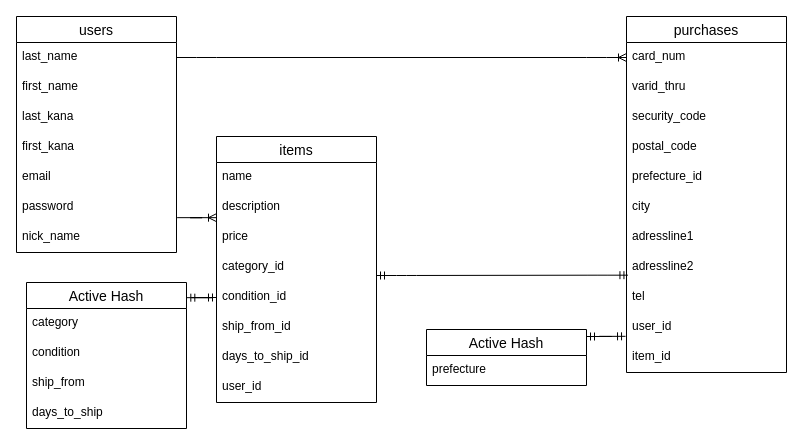
This is furima.dio from Saki9120/furima-32156, a draw.io file, before an edit. Source tidied: cells renumbered, new cells numbered last; positions are measured from the earlier drawing's top-left corner, leaving out a move shared by most shapes. Both pictures are drawn from the tidied source at 100%, with x=0, y=0 at pixel (16, 16).
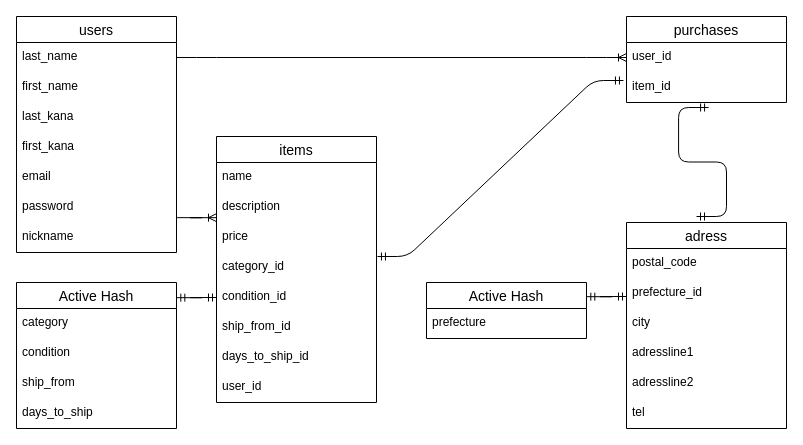
The same diagram, later.

Commit message (it also covers changes not shown here):
テーブル設計修正1

Unchanged cells that the change refers to:
```xml
<mxCell id="2" value="users" style="swimlane;fontStyle=0;horizontal=1;startSize=26;align=center;fontSize=14;" parent="1" vertex="1">
  <mxGeometry width="160" height="236" as="geometry" />
</mxCell>
<mxCell id="3" value="last_name" style="text;strokeColor=none;fillColor=none;spacingLeft=4;spacingRight=4;overflow=hidden;points=[[0,0.5],[1,0.5]];portConstraint=eastwest;fontSize=12;" parent="2" vertex="1">
  <mxGeometry y="26" width="160" height="30" as="geometry" />
</mxCell>
<mxCell id="14" value="category_id" style="text;strokeColor=none;fillColor=none;spacingLeft=4;spacingRight=4;overflow=hidden;points=[[0,0.5],[1,0.5]];portConstraint=eastwest;fontSize=12;" parent="10" vertex="1">
  <mxGeometry y="116" width="160" height="30" as="geometry" />
</mxCell>
```

The edit, as a diff of the source:
```diff
@@
-    <mxCell id="9" value="nick_name" style="text;strokeColor=none;fillColor=none;spacingLeft=4;spacingRight=4;overflow=hidden;fontSize=12;" parent="2" vertex="1">
+    <mxCell id="9" value="nickname" style="text;strokeColor=none;fillColor=none;spacingLeft=4;spacingRight=4;overflow=hidden;fontSize=12;" parent="2" vertex="1">
       <mxGeometry y="206" width="160" height="30" as="geometry" />
     </mxCell>
@@
-    <mxCell id="19" style="edgeStyle=entityRelationEdgeStyle;fontSize=12;html=1;endArrow=ERoneToMany;exitX=1;exitY=0.5;exitDx=0;exitDy=0;entryX=0;entryY=0.5;entryDx=0;entryDy=0;" parent="1" edge="1" source="3" target="25">
-      <mxGeometry relative="1" as="geometry" />
+    <mxCell id="19" style="edgeStyle=entityRelationEdgeStyle;fontSize=12;html=1;endArrow=ERoneToMany;exitX=1;exitY=0.5;exitDx=0;exitDy=0;entryX=0;entryY=0.5;entryDx=0;entryDy=0;" parent="1" edge="1" source="3">
+      <mxGeometry relative="1" as="geometry">
+        <mxPoint x="610" y="41" as="targetPoint" />
+      </mxGeometry>
     </mxCell>
@@
-    <mxCell id="21" style="edgeStyle=entityRelationEdgeStyle;fontSize=12;html=1;endArrow=ERmandOne;startArrow=ERmandOne;entryX=0.009;entryY=0.756;entryDx=0;entryDy=0;entryPerimeter=0;" parent="1" edge="1" target="32">
-      <mxGeometry relative="1" as="geometry">
-        <mxPoint x="360" y="259" as="sourcePoint" />
-      </mxGeometry>
-    </mxCell>
@@
-    <mxCell id="23" style="edgeStyle=entityRelationEdgeStyle;fontSize=12;html=1;endArrow=ERmandOne;startArrow=ERmandOne;entryX=-0.006;entryY=0.794;entryDx=0;entryDy=0;entryPerimeter=0;" parent="1" edge="1" target="34">
-      <mxGeometry relative="1" as="geometry">
-        <mxPoint x="570" y="320" as="sourcePoint" />
-      </mxGeometry>
+    <mxCell id="23" value="purchases" style="swimlane;fontStyle=0;horizontal=1;startSize=26;align=center;fontSize=14;" parent="1" vertex="1">
+      <mxGeometry x="610" width="160" height="86" as="geometry" />
     </mxCell>
+    <mxCell id="34" value="user_id" style="text;strokeColor=none;fillColor=none;spacingLeft=4;spacingRight=4;overflow=hidden;points=[[0,0.5],[1,0.5]];portConstraint=eastwest;fontSize=12;" parent="23" vertex="1">
+      <mxGeometry y="26" width="160" height="30" as="geometry" />
+    </mxCell>
+    <mxCell id="35" value="item_id&#10;" style="text;strokeColor=none;fillColor=none;spacingLeft=4;spacingRight=4;overflow=hidden;points=[[0,0.5],[1,0.5]];portConstraint=eastwest;fontSize=12;" parent="23" vertex="1">
+      <mxGeometry y="56" width="160" height="30" as="geometry" />
+    </mxCell>
+    <mxCell id="38" value="Active Hash" style="swimlane;fontStyle=0;horizontal=1;startSize=26;align=center;fontSize=14;" parent="1" vertex="1">
+      <mxGeometry y="266" width="160" height="146" as="geometry" />
+    </mxCell>
+    <mxCell id="39" value="category" style="text;strokeColor=none;fillColor=none;spacingLeft=4;spacingRight=4;overflow=hidden;fontSize=12;" parent="38" vertex="1">
+      <mxGeometry y="26" width="160" height="30" as="geometry" />
+    </mxCell>
+    <mxCell id="40" value="condition" style="text;strokeColor=none;fillColor=none;spacingLeft=4;spacingRight=4;overflow=hidden;fontSize=12;" parent="38" vertex="1">
+      <mxGeometry y="56" width="160" height="30" as="geometry" />
+    </mxCell>
+    <mxCell id="41" value="ship_from" style="text;strokeColor=none;fillColor=none;spacingLeft=4;spacingRight=4;overflow=hidden;fontSize=12;" parent="38" vertex="1">
+      <mxGeometry y="86" width="160" height="30" as="geometry" />
+    </mxCell>
+    <mxCell id="42" value="days_to_ship" style="text;strokeColor=none;fillColor=none;spacingLeft=4;spacingRight=4;overflow=hidden;fontSize=12;" parent="38" vertex="1">
+      <mxGeometry y="116" width="160" height="30" as="geometry" />
+    </mxCell>
-    <mxCell id="24" value="purchases" style="swimlane;fontStyle=0;horizontal=1;startSize=26;align=center;fontSize=14;" parent="1" vertex="1">
-      <mxGeometry x="610" width="160" height="356" as="geometry" />
+    <mxCell id="24" value="adress" style="swimlane;fontStyle=0;horizontal=1;startSize=26;align=center;fontSize=14;" parent="1" vertex="1">
+      <mxGeometry x="610" y="206" width="160" height="206" as="geometry" />
     </mxCell>
-    <mxCell id="25" value="card_num" style="text;strokeColor=none;fillColor=none;spacingLeft=4;spacingRight=4;overflow=hidden;points=[[0,0.5],[1,0.5]];portConstraint=eastwest;fontSize=12;" parent="24" vertex="1">
-      <mxGeometry y="26" width="160" height="30" as="geometry" />
-    </mxCell>
-    <mxCell id="26" value="varid_thru" style="text;strokeColor=none;fillColor=none;spacingLeft=4;spacingRight=4;overflow=hidden;fontSize=12;" parent="24" vertex="1">
-      <mxGeometry y="56" width="160" height="30" as="geometry" />
-    </mxCell>
-    <mxCell id="27" value="security_code" style="text;strokeColor=none;fillColor=none;spacingLeft=4;spacingRight=4;overflow=hidden;fontSize=12;" parent="24" vertex="1">
-      <mxGeometry y="86" width="160" height="30" as="geometry" />
-    </mxCell>
     <mxCell id="28" value="postal_code" style="text;strokeColor=none;fillColor=none;spacingLeft=4;spacingRight=4;overflow=hidden;fontSize=12;" parent="24" vertex="1">
-      <mxGeometry y="116" width="160" height="30" as="geometry" />
+      <mxGeometry y="26" width="160" height="30" as="geometry" />
     </mxCell>
     <mxCell id="29" value="prefecture_id" style="text;strokeColor=none;fillColor=none;spacingLeft=4;spacingRight=4;overflow=hidden;fontSize=12;" parent="24" vertex="1">
-      <mxGeometry y="146" width="160" height="30" as="geometry" />
+      <mxGeometry y="56" width="160" height="30" as="geometry" />
     </mxCell>
     <mxCell id="30" value="city" style="text;strokeColor=none;fillColor=none;spacingLeft=4;spacingRight=4;overflow=hidden;fontSize=12;" parent="24" vertex="1">
-      <mxGeometry y="176" width="160" height="30" as="geometry" />
+      <mxGeometry y="86" width="160" height="30" as="geometry" />
     </mxCell>
     <mxCell id="31" value="adressline1" style="text;strokeColor=none;fillColor=none;spacingLeft=4;spacingRight=4;overflow=hidden;fontSize=12;" parent="24" vertex="1">
-      <mxGeometry y="206" width="160" height="30" as="geometry" />
+      <mxGeometry y="116" width="160" height="30" as="geometry" />
     </mxCell>
     <mxCell id="32" value="adressline2" style="text;strokeColor=none;fillColor=none;spacingLeft=4;spacingRight=4;overflow=hidden;points=[[0,0.5],[1,0.5]];portConstraint=eastwest;fontSize=12;" parent="24" vertex="1">
-      <mxGeometry y="236" width="160" height="30" as="geometry" />
+      <mxGeometry y="146" width="160" height="30" as="geometry" />
     </mxCell>
     <mxCell id="33" value="tel" style="text;strokeColor=none;fillColor=none;spacingLeft=4;spacingRight=4;overflow=hidden;fontSize=12;" parent="24" vertex="1">
-      <mxGeometry y="266" width="160" height="30" as="geometry" />
+      <mxGeometry y="176" width="160" height="30" as="geometry" />
     </mxCell>
-    <mxCell id="34" value="user_id" style="text;strokeColor=none;fillColor=none;spacingLeft=4;spacingRight=4;overflow=hidden;points=[[0,0.5],[1,0.5]];portConstraint=eastwest;fontSize=12;" parent="24" vertex="1">
-      <mxGeometry y="296" width="160" height="30" as="geometry" />
-    </mxCell>
-    <mxCell id="35" value="item_id" style="text;strokeColor=none;fillColor=none;spacingLeft=4;spacingRight=4;overflow=hidden;points=[[0,0.5],[1,0.5]];portConstraint=eastwest;fontSize=12;" parent="24" vertex="1">
-      <mxGeometry y="326" width="160" height="30" as="geometry" />
-    </mxCell>
     <mxCell id="36" value="Active Hash" style="swimlane;fontStyle=0;horizontal=1;startSize=26;align=center;fontSize=14;" parent="1" vertex="1">
-      <mxGeometry x="410" y="313" width="160" height="56" as="geometry" />
+      <mxGeometry x="410" y="266" width="160" height="56" as="geometry" />
     </mxCell>
@@
-    <mxCell id="38" value="Active Hash" style="swimlane;fontStyle=0;horizontal=1;startSize=26;align=center;fontSize=14;" parent="1" vertex="1">
-      <mxGeometry x="10" y="266" width="160" height="146" as="geometry" />
-    </mxCell>
-    <mxCell id="39" value="category" style="text;strokeColor=none;fillColor=none;spacingLeft=4;spacingRight=4;overflow=hidden;fontSize=12;" parent="38" vertex="1">
-      <mxGeometry y="26" width="160" height="30" as="geometry" />
-    </mxCell>
-    <mxCell id="40" value="condition" style="text;strokeColor=none;fillColor=none;spacingLeft=4;spacingRight=4;overflow=hidden;fontSize=12;" parent="38" vertex="1">
-      <mxGeometry y="56" width="160" height="30" as="geometry" />
-    </mxCell>
-    <mxCell id="41" value="ship_from" style="text;strokeColor=none;fillColor=none;spacingLeft=4;spacingRight=4;overflow=hidden;fontSize=12;" parent="38" vertex="1">
-      <mxGeometry y="86" width="160" height="30" as="geometry" />
-    </mxCell>
-    <mxCell id="42" value="days_to_ship" style="text;strokeColor=none;fillColor=none;spacingLeft=4;spacingRight=4;overflow=hidden;fontSize=12;" parent="38" vertex="1">
-      <mxGeometry y="116" width="160" height="30" as="geometry" />
-    </mxCell>
+    <mxCell id="43" style="edgeStyle=entityRelationEdgeStyle;fontSize=12;html=1;endArrow=ERmandOne;startArrow=ERmandOne;exitX=1.002;exitY=0.104;exitDx=0;exitDy=0;exitPerimeter=0;entryX=0;entryY=0.5;entryDx=0;entryDy=0;" parent="1" edge="1">
+      <mxGeometry relative="1" as="geometry">
+        <mxPoint x="570.3" y="280.2" as="sourcePoint" />
+        <mxPoint x="610" y="280" as="targetPoint" />
+      </mxGeometry>
+    </mxCell>
+    <mxCell id="44" style="edgeStyle=entityRelationEdgeStyle;fontSize=12;html=1;endArrow=ERmandOne;startArrow=ERmandOne;entryX=0.513;entryY=1.167;entryDx=0;entryDy=0;entryPerimeter=0;" parent="1" edge="1" target="35">
+      <mxGeometry relative="1" as="geometry">
+        <mxPoint x="680" y="200" as="sourcePoint" />
+      </mxGeometry>
+    </mxCell>
+    <mxCell id="45" style="edgeStyle=entityRelationEdgeStyle;fontSize=12;html=1;endArrow=ERmandOne;startArrow=ERmandOne;entryX=-0.019;entryY=0.267;entryDx=0;entryDy=0;entryPerimeter=0;exitX=1.006;exitY=0.133;exitDx=0;exitDy=0;exitPerimeter=0;" parent="1" edge="1" source="14" target="35">
+      <mxGeometry relative="1" as="geometry" />
+    </mxCell>
```
